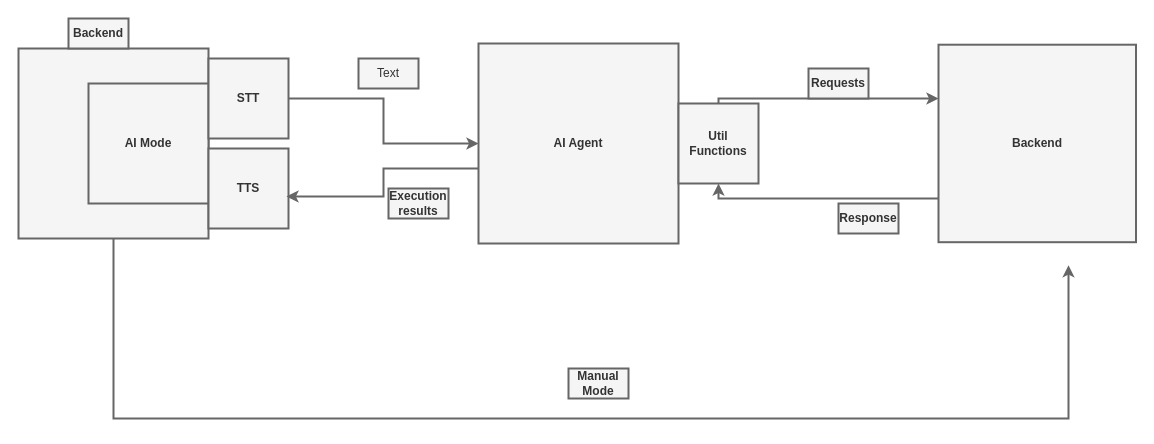
Earlier version of the draw.io diagram Untitled Diagram.drawio (DonDurkheim/architecture-designs). Source tidied: cells renumbered, new cells numbered last; positions are measured from the earlier drawing's top-left corner, leaving out a move shared by most shapes. Both pictures are drawn from the tidied source at 100%, with x=0, y=0 at pixel (18, 18).
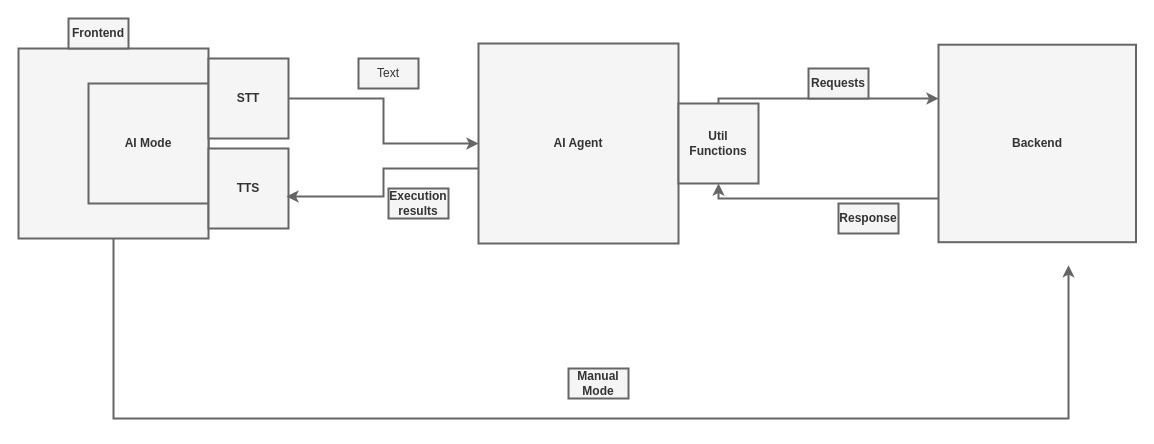
Above is the later version.

Commit message:
Mamora system architecture updated

Change to the diagram source:
```diff
@@
-    <mxCell id="5" value="&lt;b&gt;Backend&lt;/b&gt;" style="text;html=1;whiteSpace=wrap;align=center;verticalAlign=middle;rounded=0;fillColor=#f5f5f5;fontColor=#333333;strokeColor=#666666;strokeWidth=2;" parent="1" vertex="1">
+    <mxCell id="5" value="&lt;b&gt;Frontend&lt;/b&gt;" style="text;html=1;whiteSpace=wrap;align=center;verticalAlign=middle;rounded=0;fillColor=#f5f5f5;fontColor=#333333;strokeColor=#666666;strokeWidth=2;" parent="1" vertex="1">
       <mxGeometry x="50" width="60" height="30" as="geometry" />
     </mxCell>
```
